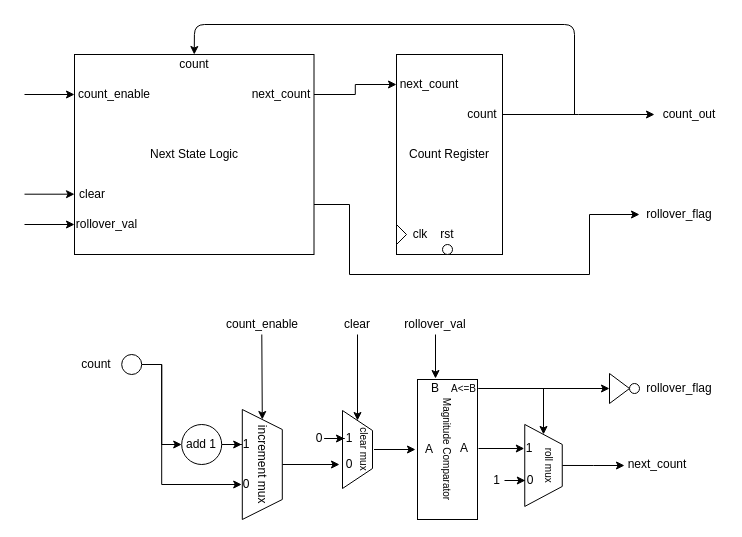
Before: Lab4/docs/flex_counter.drawio in awesomeaiden/337labs, a draw.io diagram. Source tidied: cells renumbered, new cells numbered last; positions are measured from the earlier drawing's top-left corner, leaving out a move shared by most shapes. Both pictures are drawn from the tidied source at 100%, with x=0, y=0 at pixel (24, 24).
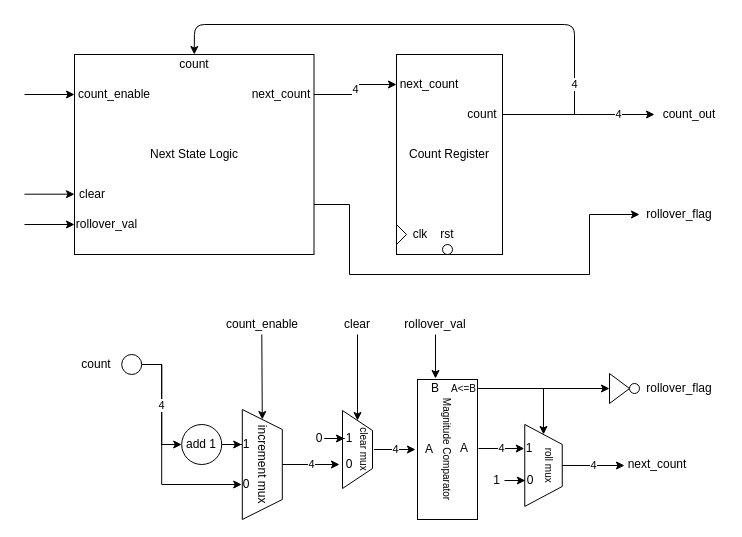
The same diagram, later.

Unchanged cells that the change refers to:
```xml
<mxCell id="6" value="next_count" style="text;html=1;strokeColor=none;fillColor=none;align=center;verticalAlign=middle;whiteSpace=wrap;rounded=0;" parent="1" vertex="1">
  <mxGeometry x="372" y="50" width="66" height="20" as="geometry" />
</mxCell>
<mxCell id="8" value="count" style="text;html=1;strokeColor=none;fillColor=none;align=center;verticalAlign=middle;whiteSpace=wrap;rounded=0;" parent="1" vertex="1">
  <mxGeometry x="438" y="80" width="40" height="20" as="geometry" />
</mxCell>
<mxCell id="10" value="Next State Logic" style="rounded=0;whiteSpace=wrap;html=1;" parent="1" vertex="1">
  <mxGeometry x="50" y="30" width="239.5" height="200" as="geometry" />
</mxCell>
<mxCell id="15" value="next_count" style="text;html=1;strokeColor=none;fillColor=none;align=center;verticalAlign=middle;whiteSpace=wrap;rounded=0;" parent="1" vertex="1">
  <mxGeometry x="223.5" y="60" width="66" height="20" as="geometry" />
</mxCell>
<mxCell id="27" value="0" style="text;html=1;strokeColor=none;fillColor=none;align=center;verticalAlign=middle;whiteSpace=wrap;rounded=0;" parent="1" vertex="1">
  <mxGeometry x="315" y="430" width="20" height="20" as="geometry" />
</mxCell>
<mxCell id="34" value="A" style="text;html=1;strokeColor=none;fillColor=none;align=center;verticalAlign=middle;whiteSpace=wrap;rounded=0;" parent="1" vertex="1">
  <mxGeometry x="391" y="415" width="28" height="20" as="geometry" />
</mxCell>
<mxCell id="42" style="shape=trapezoid;perimeter=trapezoidPerimeter;whiteSpace=wrap;html=1;fixedSize=1;rotation=90;" parent="1" vertex="1">
  <mxGeometry x="478" y="422.2" width="82" height="37.5" as="geometry" />
</mxCell>
<mxCell id="43" value="1" style="text;html=1;strokeColor=none;fillColor=none;align=center;verticalAlign=middle;whiteSpace=wrap;rounded=0;" parent="1" vertex="1">
  <mxGeometry x="499.8" y="414" width="10" height="20" as="geometry" />
</mxCell>
<mxCell id="47" style="ellipse;whiteSpace=wrap;html=1;" parent="1" vertex="1">
  <mxGeometry x="97.2" y="330" width="20" height="20" as="geometry" />
</mxCell>
<mxCell id="49" value="&lt;font style=&quot;font-size: 10px&quot;&gt;clear mux&lt;br&gt;&lt;/font&gt;" style="text;html=1;strokeColor=none;fillColor=none;align=center;verticalAlign=middle;whiteSpace=wrap;rounded=0;rotation=90;" parent="1" vertex="1">
  <mxGeometry x="315" y="415" width="49" height="20" as="geometry" />
</mxCell>
<mxCell id="54" value="increment mux" style="shape=trapezoid;perimeter=trapezoidPerimeter;whiteSpace=wrap;html=1;fixedSize=1;rotation=90;" parent="1" vertex="1">
  <mxGeometry x="182.8" y="420" width="110" height="40" as="geometry" />
</mxCell>
<mxCell id="56" value="0" style="text;html=1;strokeColor=none;fillColor=none;align=center;verticalAlign=middle;whiteSpace=wrap;rounded=0;" parent="1" vertex="1">
  <mxGeometry x="217.2" y="450" width="10" height="20" as="geometry" />
</mxCell>
<mxCell id="58" value="A" style="text;html=1;strokeColor=none;fillColor=none;align=center;verticalAlign=middle;whiteSpace=wrap;rounded=0;" parent="1" vertex="1">
  <mxGeometry x="426" y="414" width="28" height="20" as="geometry" />
</mxCell>
```

Diff of the diagram source:
```diff
@@
-    <mxCell id="7" style="edgeStyle=orthogonalEdgeStyle;rounded=0;jettySize=auto;html=1;" parent="1" edge="1" source="8">
-      <mxGeometry relative="1" as="geometry">
+    <mxCell id="7" value="4" style="edgeStyle=orthogonalEdgeStyle;rounded=0;jettySize=auto;html=1;" parent="1" edge="1" source="8">
+      <mxGeometry x="0.54" relative="1" as="geometry">
         <mxPoint x="630" y="90" as="targetPoint" />
       </mxGeometry>
     </mxCell>
@@
-    <mxCell id="14" style="edgeStyle=orthogonalEdgeStyle;rounded=0;jettySize=auto;html=1;entryX=0;entryY=0.5;entryDx=0;entryDy=0;" parent="1" edge="1" source="15" target="6">
+    <mxCell id="14" value="4" style="edgeStyle=orthogonalEdgeStyle;rounded=0;jettySize=auto;html=1;entryX=0;entryY=0.5;entryDx=0;entryDy=0;" parent="1" edge="1" source="15" target="6">
       <mxGeometry relative="1" as="geometry" />
     </mxCell>
@@
-    <mxCell id="17" style="endArrow=classic;html=1;entryX=0.5;entryY=0;entryDx=0;entryDy=0;" parent="1" edge="1" target="10">
-      <mxGeometry relative="1" as="geometry">
+    <mxCell id="17" value="4" style="endArrow=classic;html=1;entryX=0.5;entryY=0;entryDx=0;entryDy=0;" parent="1" edge="1" target="10">
+      <mxGeometry x="-0.88" relative="1" as="geometry">
         <mxPoint x="550" y="90" as="sourcePoint" />
         <Array as="points">
           <mxPoint x="550" />
           <mxPoint x="170" />
         </Array>
       </mxGeometry>
     </mxCell>
@@
-    <mxCell id="41" style="edgeStyle=orthogonalEdgeStyle;rounded=0;jettySize=auto;html=1;" parent="1" edge="1" source="42">
+    <mxCell id="41" value="4" style="edgeStyle=orthogonalEdgeStyle;rounded=0;jettySize=auto;html=1;" parent="1" edge="1" source="42">
       <mxGeometry relative="1" as="geometry">
         <mxPoint x="600" y="441" as="targetPoint" />
       </mxGeometry>
     </mxCell>
@@
-    <mxCell id="46" style="edgeStyle=orthogonalEdgeStyle;rounded=0;jettySize=auto;html=1;entryX=0;entryY=0.5;entryDx=0;entryDy=0;" parent="1" edge="1" source="47" target="56">
-      <mxGeometry relative="1" as="geometry">
+    <mxCell id="46" value="4" style="edgeStyle=orthogonalEdgeStyle;rounded=0;jettySize=auto;html=1;entryX=0;entryY=0.5;entryDx=0;entryDy=0;" parent="1" edge="1" source="47" target="56">
+      <mxGeometry x="-0.45" relative="1" as="geometry">
         <Array as="points">
           <mxPoint x="137.2" y="340" />
           <mxPoint x="137.2" y="460" />
         </Array>
       </mxGeometry>
     </mxCell>
@@
-    <mxCell id="48" style="edgeStyle=orthogonalEdgeStyle;rounded=0;jettySize=auto;html=1;exitX=0.5;exitY=0;exitDx=0;exitDy=0;entryX=0;entryY=0.5;entryDx=0;entryDy=0;" parent="1" edge="1" source="49" target="34">
+    <mxCell id="48" value="4" style="edgeStyle=orthogonalEdgeStyle;rounded=0;jettySize=auto;html=1;exitX=0.5;exitY=0;exitDx=0;exitDy=0;entryX=0;entryY=0.5;entryDx=0;entryDy=0;" parent="1" edge="1" source="49" target="34">
       <mxGeometry relative="1" as="geometry" />
     </mxCell>
@@
-    <mxCell id="53" style="edgeStyle=orthogonalEdgeStyle;rounded=0;jettySize=auto;html=1;entryX=0;entryY=0.5;entryDx=0;entryDy=0;" parent="1" edge="1" source="54" target="27">
+    <mxCell id="53" value="4" style="edgeStyle=orthogonalEdgeStyle;rounded=0;jettySize=auto;html=1;entryX=0;entryY=0.5;entryDx=0;entryDy=0;" parent="1" edge="1" source="54" target="27">
       <mxGeometry relative="1" as="geometry" />
     </mxCell>
@@
-    <mxCell id="57" style="edgeStyle=orthogonalEdgeStyle;rounded=0;jettySize=auto;html=1;entryX=0;entryY=0.5;entryDx=0;entryDy=0;" parent="1" edge="1" source="58" target="43">
+    <mxCell id="57" value="4" style="edgeStyle=orthogonalEdgeStyle;rounded=0;jettySize=auto;html=1;entryX=0;entryY=0.5;entryDx=0;entryDy=0;" parent="1" edge="1" source="58" target="43">
       <mxGeometry relative="1" as="geometry" />
     </mxCell>
```
